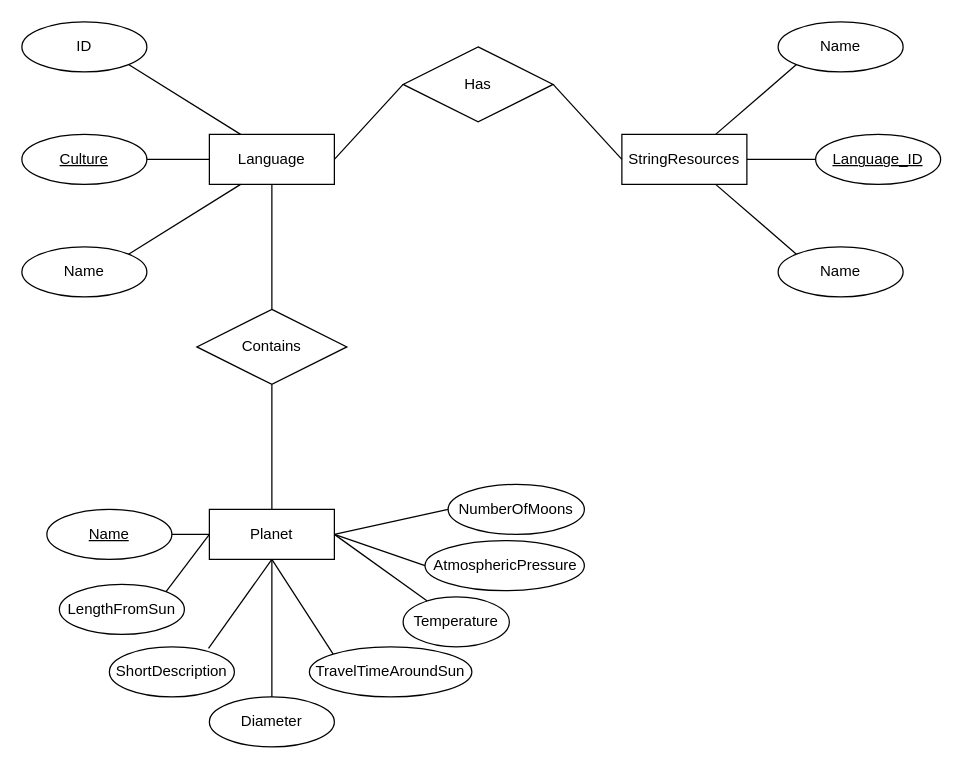
Before: Documentation/ER diagram.drawio in TGPGamez/The-Solar-System, a draw.io diagram. Source tidied: cells renumbered, new cells numbered last; positions are measured from the earlier drawing's top-left corner, leaving out a move shared by most shapes. Both pictures are drawn from the tidied source at 125%, with x=0, y=0 at pixel (21, 21).
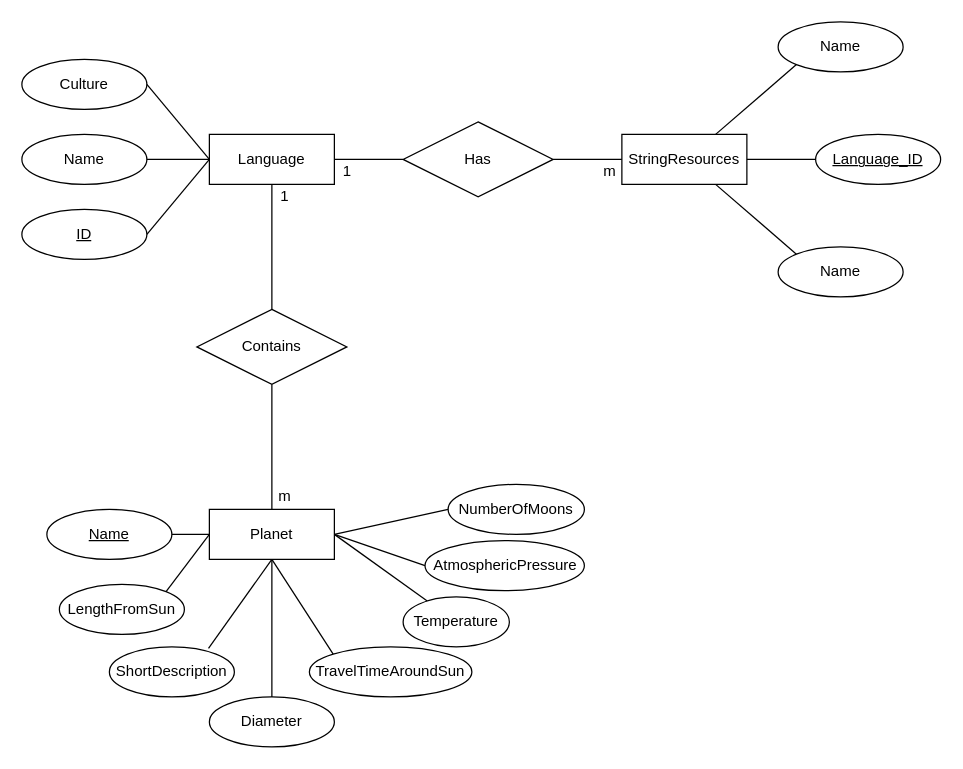
The same page after the edit.

Unchanged cells that the change refers to:
```xml
<mxCell id="2" value="Language" style="whiteSpace=wrap;html=1;align=center;" parent="1" vertex="1">
  <mxGeometry x="150" y="90" width="100" height="40" as="geometry" />
</mxCell>
<mxCell id="20" value="Contains" style="shape=rhombus;perimeter=rhombusPerimeter;whiteSpace=wrap;html=1;align=center;" parent="1" vertex="1">
  <mxGeometry x="140" y="230" width="120" height="60" as="geometry" />
</mxCell>
```

Diff of the diagram source:
```diff
@@
-    <mxCell id="3" value="ID" style="ellipse;whiteSpace=wrap;html=1;align=center;" parent="1" vertex="1">
-      <mxGeometry width="100" height="40" as="geometry" />
-    </mxCell>
-    <mxCell id="4" value="&lt;u&gt;Culture&lt;/u&gt;" style="ellipse;whiteSpace=wrap;html=1;align=center;" parent="1" vertex="1">
-      <mxGeometry y="90" width="100" height="40" as="geometry" />
+    <mxCell id="4" value="Culture" style="ellipse;whiteSpace=wrap;html=1;align=center;" parent="1" vertex="1">
+      <mxGeometry y="30" width="100" height="40" as="geometry" />
     </mxCell>
     <mxCell id="5" value="Name" style="ellipse;whiteSpace=wrap;html=1;align=center;" parent="1" vertex="1">
-      <mxGeometry y="180" width="100" height="40" as="geometry" />
+      <mxGeometry y="90" width="100" height="40" as="geometry" />
     </mxCell>
-    <mxCell id="6" style="endArrow=none;html=1;rounded=0;exitX=1;exitY=1;exitDx=0;exitDy=0;entryX=0.25;entryY=0;entryDx=0;entryDy=0;" parent="1" edge="1" source="3" target="2">
-      <mxGeometry relative="1" as="geometry" />
-    </mxCell>
@@
-    <mxCell id="8" style="endArrow=none;html=1;rounded=0;entryX=0.25;entryY=1;entryDx=0;entryDy=0;exitX=1;exitY=0;exitDx=0;exitDy=0;" parent="1" edge="1" source="5" target="2">
+    <mxCell id="8" style="endArrow=none;html=1;rounded=0;entryX=0;entryY=0.5;entryDx=0;entryDy=0;exitX=1;exitY=0.5;exitDx=0;exitDy=0;" parent="1" edge="1" source="5" target="2">
       <mxGeometry relative="1" as="geometry" />
     </mxCell>
@@
     <mxCell id="16" value="Has" style="shape=rhombus;perimeter=rhombusPerimeter;whiteSpace=wrap;html=1;align=center;" parent="1" vertex="1">
-      <mxGeometry x="305" y="20" width="120" height="60" as="geometry" />
+      <mxGeometry x="305" y="80" width="120" height="60" as="geometry" />
     </mxCell>
@@
-    <mxCell id="21" style="endArrow=none;html=1;rounded=0;entryX=0.5;entryY=1;entryDx=0;entryDy=0;exitX=0.5;exitY=0;exitDx=0;exitDy=0;" parent="1" edge="1" source="20" target="2">
+    <mxCell id="21" style="endArrow=none;html=1;rounded=0;entryX=0.5;entryY=1;entryDx=0;entryDy=0;exitX=0.5;exitY=0;exitDx=0;exitDy=0;endFill=0;" parent="1" edge="1" source="20" target="2">
       <mxGeometry relative="1" as="geometry" />
     </mxCell>
@@
+    <mxCell id="6" style="rounded=0;jettySize=auto;html=1;exitX=1;exitY=0.5;exitDx=0;exitDy=0;entryX=0;entryY=0.5;entryDx=0;entryDy=0;endArrow=none;endFill=0;" parent="1" edge="1" source="3" target="2">
+      <mxGeometry relative="1" as="geometry" />
+    </mxCell>
+    <mxCell id="3" value="&lt;u&gt;ID&lt;/u&gt;" style="ellipse;whiteSpace=wrap;html=1;align=center;" parent="1" vertex="1">
+      <mxGeometry y="150" width="100" height="40" as="geometry" />
+    </mxCell>
+    <mxCell id="39" value="1" style="text;html=1;align=center;verticalAlign=middle;strokeColor=none;fillColor=none;" parent="1" vertex="1">
+      <mxGeometry x="200" y="130" width="20" height="20" as="geometry" />
+    </mxCell>
+    <mxCell id="40" value="m" style="text;html=1;align=center;verticalAlign=middle;strokeColor=none;fillColor=none;" parent="1" vertex="1">
+      <mxGeometry x="195" y="370" width="30" height="20" as="geometry" />
+    </mxCell>
+    <mxCell id="41" value="1" style="text;html=1;align=center;verticalAlign=middle;strokeColor=none;fillColor=none;" parent="1" vertex="1">
+      <mxGeometry x="250" y="110" width="20" height="20" as="geometry" />
+    </mxCell>
+    <mxCell id="42" value="m" style="text;html=1;align=center;verticalAlign=middle;strokeColor=none;fillColor=none;" parent="1" vertex="1">
+      <mxGeometry x="455" y="110" width="30" height="20" as="geometry" />
+    </mxCell>
```
